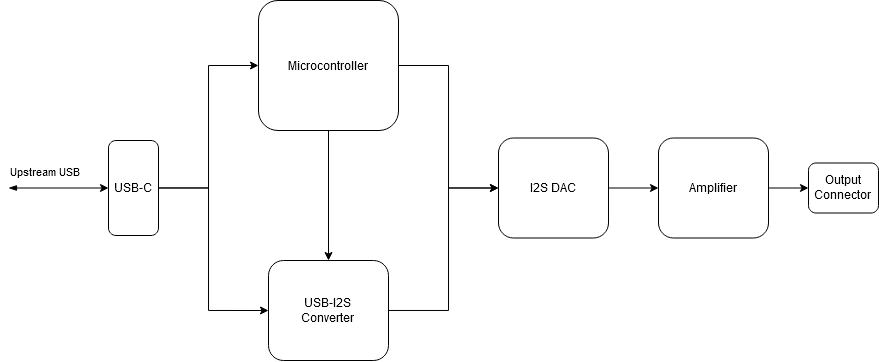
NoahLutz/USB-DAC keeps this draw.io diagram as Block Diagram.png. Above is the earlier version. Source tidied: cells renumbered, new cells last; positions are measured from the earlier drawing's top-left corner, leaving out a move shared by most shapes.
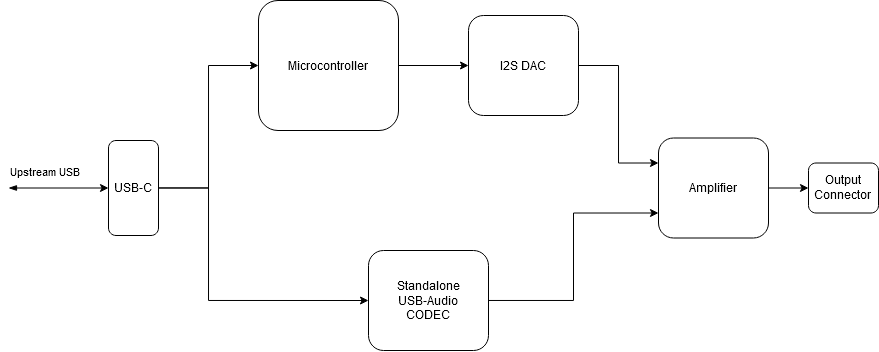
The same file after the commit.

Commit message:
Updated block diagram for standalone USB audio codec

The edit, as a diff of the source:
```diff
@@ -2,25 +2,17 @@
   <root>
     <mxCell id="0" />
     <mxCell id="1" parent="0" />
-    <mxCell id="2" style="edgeStyle=orthogonalEdgeStyle;rounded=0;jettySize=auto;html=1;entryX=0;entryY=0.5;entryDx=0;entryDy=0;startArrow=none;startFill=0;" parent="1" edge="1" source="3" target="13">
-      <mxGeometry relative="1" as="geometry">
-        <Array as="points">
-          <mxPoint x="440" y="310" />
-          <mxPoint x="440" y="187" />
-        </Array>
-      </mxGeometry>
-    </mxCell>
+    <mxCell id="17" style="edgeStyle=orthogonalEdgeStyle;rounded=0;jettySize=auto;html=1;entryX=0;entryY=0.75;entryDx=0;entryDy=0;startArrow=none;startFill=0;" parent="1" edge="1" source="3" target="15">
+      <mxGeometry relative="1" as="geometry" />
+    </mxCell>
-    <mxCell id="3" value="&lt;div&gt;USB-I2S&lt;/div&gt;&lt;div&gt;Converter&lt;br&gt;&lt;/div&gt;" style="rounded=1;whiteSpace=wrap;html=1;" parent="1" vertex="1">
-      <mxGeometry x="260" y="260" width="120" height="100" as="geometry" />
+    <mxCell id="3" value="&lt;div&gt;Standalone&lt;/div&gt;&lt;div&gt; USB-Audio &lt;/div&gt;&lt;div&gt;CODEC&lt;br&gt;&lt;/div&gt;" style="rounded=1;whiteSpace=wrap;html=1;" parent="1" vertex="1">
+      <mxGeometry x="360" y="250" width="120" height="100" as="geometry" />
     </mxCell>
-    <mxCell id="4" style="edgeStyle=orthogonalEdgeStyle;rounded=0;jettySize=auto;html=1;entryX=0.5;entryY=0;entryDx=0;entryDy=0;startArrow=none;startFill=0;" parent="1" edge="1" source="6" target="3">
-      <mxGeometry relative="1" as="geometry" />
-    </mxCell>
     <mxCell id="5" style="edgeStyle=orthogonalEdgeStyle;rounded=0;jettySize=auto;html=1;entryX=0;entryY=0.5;entryDx=0;entryDy=0;startArrow=none;startFill=0;" parent="1" edge="1" source="6" target="13">
       <mxGeometry relative="1" as="geometry">
         <Array as="points">
-          <mxPoint x="440" y="65" />
-          <mxPoint x="440" y="187" />
+          <mxPoint x="460" y="65" />
+          <mxPoint x="460" y="65" />
         </Array>
       </mxGeometry>
     </mxCell>
@@ -41,7 +33,7 @@
       <mxGeometry relative="1" as="geometry">
         <Array as="points">
           <mxPoint x="200" y="187" />
-          <mxPoint x="200" y="310" />
+          <mxPoint x="200" y="300" />
         </Array>
       </mxGeometry>
     </mxCell>
@@ -51,11 +43,11 @@
     <mxCell id="11" value="USB-C" style="rounded=1;whiteSpace=wrap;html=1;" parent="1" vertex="1">
       <mxGeometry x="100" y="140" width="50" height="95" as="geometry" />
     </mxCell>
-    <mxCell id="12" style="edgeStyle=orthogonalEdgeStyle;rounded=0;jettySize=auto;html=1;startArrow=none;startFill=0;" parent="1" edge="1" source="13" target="15">
+    <mxCell id="12" style="edgeStyle=orthogonalEdgeStyle;rounded=0;jettySize=auto;html=1;startArrow=none;startFill=0;entryX=0;entryY=0.25;entryDx=0;entryDy=0;" parent="1" edge="1" source="13" target="15">
       <mxGeometry relative="1" as="geometry" />
     </mxCell>
     <mxCell id="13" value="I2S DAC" style="rounded=1;whiteSpace=wrap;html=1;" parent="1" vertex="1">
-      <mxGeometry x="490" y="137.5" width="110" height="100" as="geometry" />
+      <mxGeometry x="460" y="15" width="110" height="100" as="geometry" />
     </mxCell>
     <mxCell id="14" style="edgeStyle=orthogonalEdgeStyle;rounded=0;jettySize=auto;html=1;entryX=0;entryY=0.5;entryDx=0;entryDy=0;startArrow=none;startFill=0;" parent="1" edge="1" source="15" target="16">
       <mxGeometry relative="1" as="geometry" />
```
